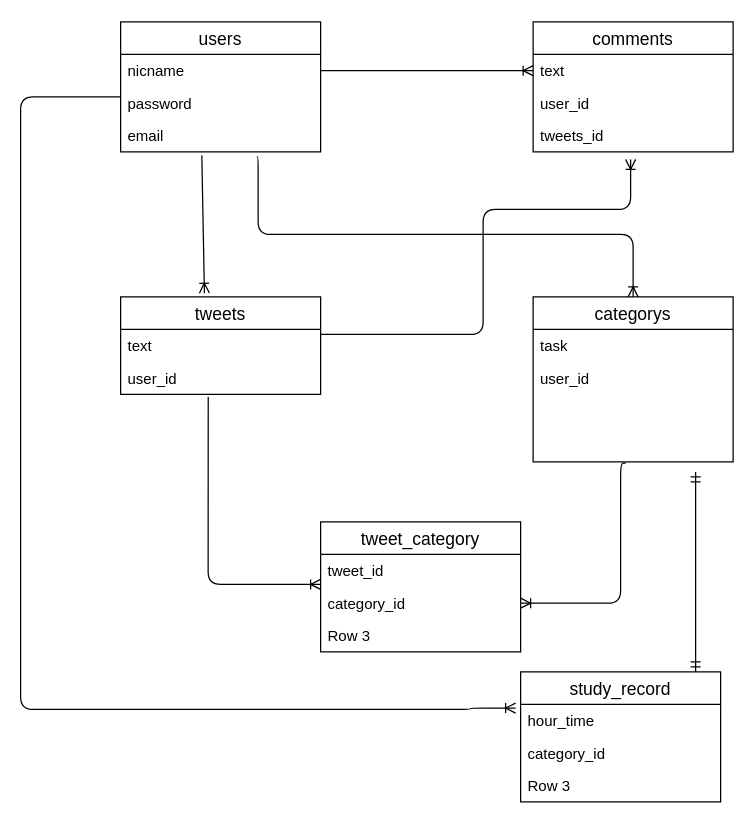
Above: ER.drawio in seiichikick0404/futures (draw.io), before the change. Source tidied: cells renumbered, new cells numbered last; positions are measured from the earlier drawing's top-left corner, leaving out a move shared by most shapes. Both pictures are drawn from the tidied source at 125%, with x=0, y=0 at pixel (20, 21).
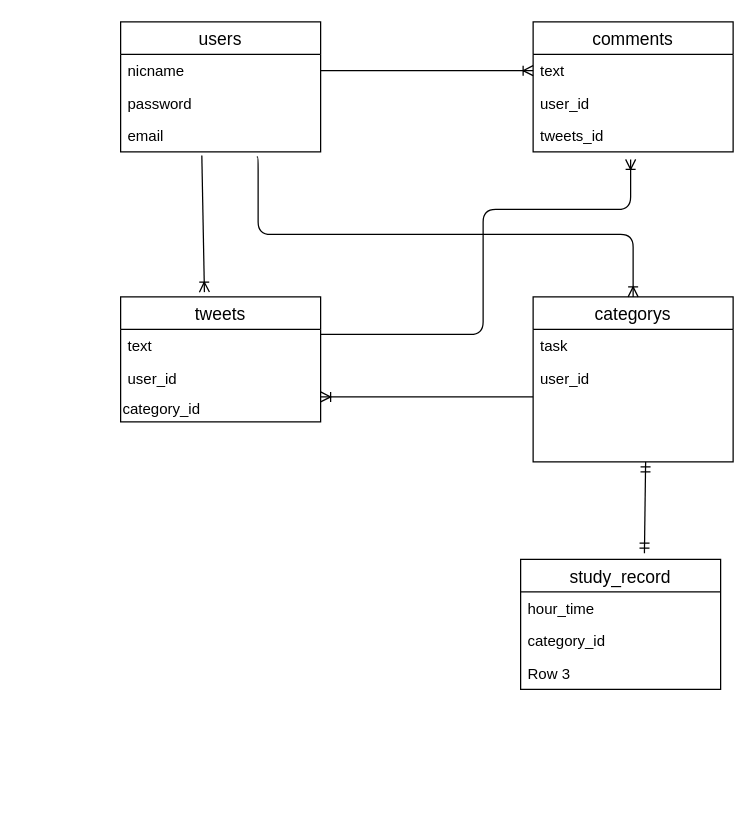
After the change.

The change refers to these unchanged cells:
```xml
<mxCell id="15" value="user_id" style="text;strokeColor=none;fillColor=none;spacingLeft=4;spacingRight=4;overflow=hidden;points=[[0,0.5],[1,0.5]];portConstraint=eastwest;fontSize=12;" parent="13" vertex="1">
  <mxGeometry y="52" width="160" height="80" as="geometry" />
</mxCell>
<mxCell id="26" value="hour_time" style="text;strokeColor=none;fillColor=none;spacingLeft=4;spacingRight=4;overflow=hidden;points=[[0,0.5],[1,0.5]];portConstraint=eastwest;fontSize=12;" parent="25" vertex="1">
  <mxGeometry y="26" width="160" height="26" as="geometry" />
</mxCell>
```

Diff of the diagram source:
```diff
@@
     <mxCell id="2" value="tweets" style="swimlane;fontStyle=0;horizontal=1;startSize=26;align=center;fontSize=14;" parent="1" vertex="1">
-      <mxGeometry x="80" y="220" width="160" height="78" as="geometry" />
+      <mxGeometry x="80" y="220" width="160" height="100" as="geometry" />
     </mxCell>
@@
     <mxCell id="4" value="user_id" style="text;strokeColor=none;fillColor=none;spacingLeft=4;spacingRight=4;overflow=hidden;points=[[0,0.5],[1,0.5]];portConstraint=eastwest;fontSize=12;" parent="2" vertex="1">
-      <mxGeometry y="52" width="160" height="26" as="geometry" />
+      <mxGeometry y="52" width="160" height="28" as="geometry" />
     </mxCell>
+    <mxCell id="22" value="category_id" style="text;html=1;strokeColor=none;fillColor=none;align=left;verticalAlign=middle;whiteSpace=wrap;rounded=0;" parent="2" vertex="1">
+      <mxGeometry y="80" width="160" height="20" as="geometry" />
+    </mxCell>
@@
-    <mxCell id="20" value="tweet_category" style="swimlane;fontStyle=0;horizontal=1;startSize=26;align=center;fontSize=14;" parent="1" vertex="1">
-      <mxGeometry x="240" y="400" width="160" height="104" as="geometry" />
-    </mxCell>
-    <mxCell id="21" value="tweet_id" style="text;strokeColor=none;fillColor=none;spacingLeft=4;spacingRight=4;overflow=hidden;fontSize=12;" parent="20" vertex="1">
-      <mxGeometry y="26" width="160" height="26" as="geometry" />
-    </mxCell>
-    <mxCell id="22" value="category_id" style="text;strokeColor=none;fillColor=none;spacingLeft=4;spacingRight=4;overflow=hidden;points=[[0,0.5],[1,0.5]];portConstraint=eastwest;fontSize=12;" parent="20" vertex="1">
-      <mxGeometry y="52" width="160" height="26" as="geometry" />
-    </mxCell>
-    <mxCell id="23" value="Row 3" style="text;strokeColor=none;fillColor=none;spacingLeft=4;spacingRight=4;overflow=hidden;fontSize=12;" parent="20" vertex="1">
-      <mxGeometry y="78" width="160" height="26" as="geometry" />
-    </mxCell>
-    <mxCell id="24" style="edgeStyle=elbowEdgeStyle;fontSize=12;html=1;endArrow=ERoneToMany;exitX=0.438;exitY=1.077;exitDx=0;exitDy=0;exitPerimeter=0;" parent="1" edge="1" source="4">
-      <mxGeometry relative="1" as="geometry">
-        <mxPoint x="240" y="450" as="targetPoint" />
-        <Array as="points">
-          <mxPoint x="150" y="400" />
-        </Array>
-      </mxGeometry>
-    </mxCell>
+    <mxCell id="32" style="fontSize=12;html=1;endArrow=ERoneToMany;entryX=1;entryY=0;entryDx=0;entryDy=0;" parent="1" edge="1" target="22">
+      <mxGeometry relative="1" as="geometry">
+        <mxPoint x="410" y="300" as="sourcePoint" />
+      </mxGeometry>
+    </mxCell>
     <mxCell id="25" value="study_record" style="swimlane;fontStyle=0;horizontal=1;startSize=26;align=center;fontSize=14;" parent="1" vertex="1">
-      <mxGeometry x="400" y="520" width="160" height="104" as="geometry" />
+      <mxGeometry x="400" y="430" width="160" height="104" as="geometry" />
     </mxCell>
@@
-    <mxCell id="29" style="edgeStyle=elbowEdgeStyle;fontSize=12;html=1;endArrow=ERoneToMany;entryX=1;entryY=0.5;entryDx=0;entryDy=0;exitX=0.463;exitY=1.013;exitDx=0;exitDy=0;exitPerimeter=0;" parent="1" edge="1" source="15" target="22">
-      <mxGeometry relative="1" as="geometry">
-        <Array as="points">
-          <mxPoint x="480" y="465" />
-        </Array>
-      </mxGeometry>
-    </mxCell>
-    <mxCell id="30" style="edgeStyle=elbowEdgeStyle;fontSize=12;html=1;endArrow=ERmandOne;startArrow=ERmandOne;" parent="1" edge="1">
-      <mxGeometry relative="1" as="geometry">
-        <mxPoint x="540" y="520" as="sourcePoint" />
-        <mxPoint x="540" y="360" as="targetPoint" />
-      </mxGeometry>
-    </mxCell>
-    <mxCell id="31" style="fontSize=12;html=1;endArrow=ERoneToMany;edgeStyle=orthogonalEdgeStyle;elbow=vertical;entryX=-0.025;entryY=0.115;entryDx=0;entryDy=0;entryPerimeter=0;" parent="1" edge="1" target="26">
-      <mxGeometry relative="1" as="geometry">
-        <mxPoint x="80" y="60" as="sourcePoint" />
-        <Array as="points">
-          <mxPoint y="60" />
-          <mxPoint y="550" />
-          <mxPoint x="360" y="550" />
-          <mxPoint x="360" y="549" />
-        </Array>
-      </mxGeometry>
-    </mxCell>
+    <mxCell id="33" style="fontSize=12;html=1;endArrow=ERmandOne;startArrow=ERmandOne;exitX=0.619;exitY=-0.048;exitDx=0;exitDy=0;exitPerimeter=0;" parent="1" edge="1" source="25">
+      <mxGeometry relative="1" as="geometry">
+        <mxPoint x="500" y="352" as="targetPoint" />
+      </mxGeometry>
+    </mxCell>
```
